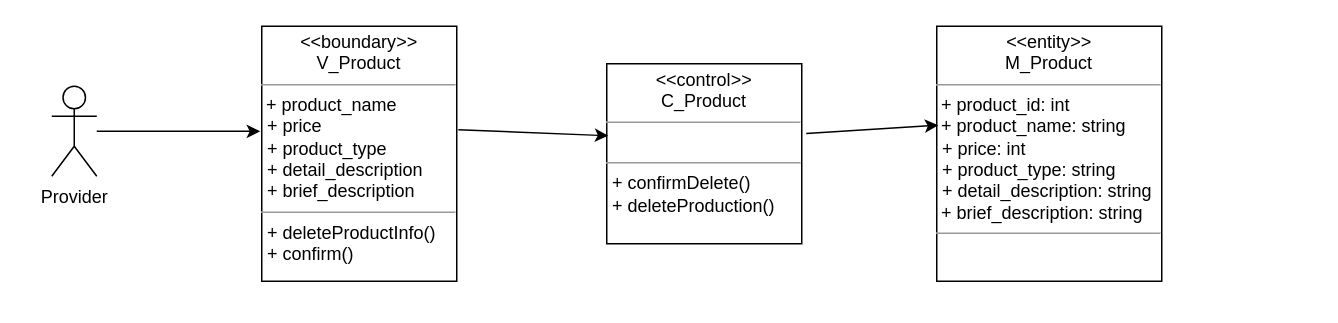
Earlier version of the draw.io diagram Lop_tham_gia_Usecase/XoaSanPhamClass.drawio (hoangminh15/PTTKHT). Source tidied: cells renumbered, new cells numbered last; positions are measured from the earlier drawing's top-left corner, leaving out a move shared by most shapes. Both pictures are drawn from the tidied source at 150%, with x=0, y=0 at pixel (51, 26).
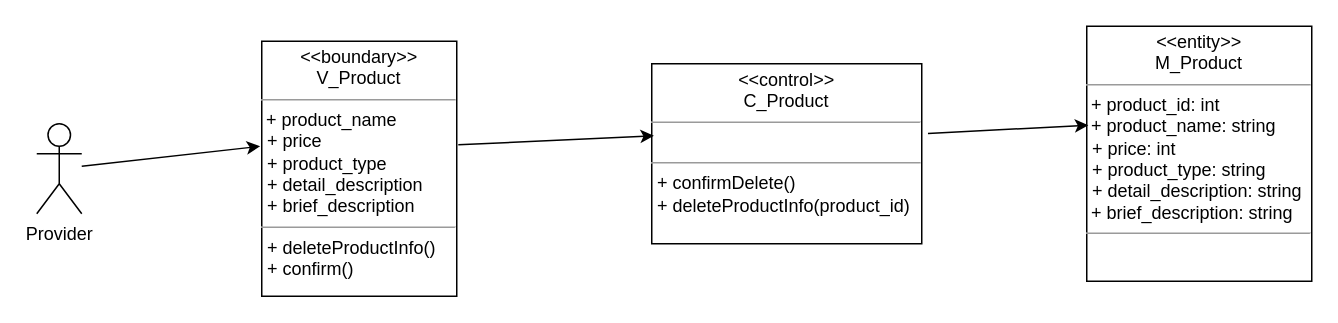
After the change.

What changed in the source:
```diff
@@
 <mxGraphModel>
   <root>
     <mxCell id="0" />
     <mxCell id="1" parent="0" />
     <mxCell id="2" value="Provider" style="shape=umlActor;verticalLabelPosition=bottom;verticalAlign=top;html=1;" parent="1" vertex="1">
-      <mxGeometry y="40" width="30" height="60" as="geometry" />
+      <mxGeometry x="-10" y="65" width="30" height="60" as="geometry" />
     </mxCell>
     <mxCell id="3" value="&lt;p style=&quot;margin: 0px ; margin-top: 4px ; text-align: center&quot;&gt;&lt;i&gt;&amp;lt;&lt;/i&gt;&amp;lt;boundary&lt;i&gt;&amp;gt;&amp;gt;&lt;/i&gt;&lt;br&gt;V_Product&lt;/p&gt;&lt;hr size=&quot;1&quot;&gt;&amp;nbsp;+ product_name&lt;br&gt;&lt;p style=&quot;margin: 0px ; margin-left: 4px&quot;&gt;+ price&lt;br&gt;&lt;/p&gt;&lt;p style=&quot;margin: 0px ; margin-left: 4px&quot;&gt;+ product_type&lt;br&gt;&lt;/p&gt;&lt;p style=&quot;margin: 0px ; margin-left: 4px&quot;&gt;+ detail_description&lt;br&gt;&lt;/p&gt;&lt;p style=&quot;margin: 0px ; margin-left: 4px&quot;&gt;+ brief_description&lt;br&gt;&lt;/p&gt;&lt;hr size=&quot;1&quot;&gt;&lt;p style=&quot;margin: 0px ; margin-left: 4px&quot;&gt;+ deleteProductInfo()&lt;br&gt;&lt;/p&gt;&lt;p style=&quot;margin: 0px ; margin-left: 4px&quot;&gt;+ confirm()&lt;/p&gt;" style="verticalAlign=top;align=left;overflow=fill;fontSize=12;fontFamily=Helvetica;html=1;" parent="1" vertex="1">
-      <mxGeometry x="140" width="130" height="170" as="geometry" />
+      <mxGeometry x="140" y="10" width="130" height="170" as="geometry" />
     </mxCell>
-    <mxCell id="4" value="&lt;p style=&quot;margin: 0px ; margin-top: 4px ; text-align: center&quot;&gt;&lt;i&gt;&amp;lt;&lt;/i&gt;&amp;lt;control&lt;i&gt;&amp;gt;&amp;gt;&lt;/i&gt;&lt;br&gt;C_Product&lt;/p&gt;&lt;hr size=&quot;1&quot;&gt;&lt;br&gt;&lt;hr size=&quot;1&quot;&gt;&lt;p style=&quot;margin: 0px ; margin-left: 4px&quot;&gt;+ confirmDelete()&lt;/p&gt;&lt;p style=&quot;margin: 0px ; margin-left: 4px&quot;&gt;+ deleteProduction()&lt;br&gt;&lt;br&gt;&lt;/p&gt;" style="verticalAlign=top;align=left;overflow=fill;fontSize=12;fontFamily=Helvetica;html=1;" parent="1" vertex="1">
-      <mxGeometry x="370" y="25" width="130" height="120" as="geometry" />
+    <mxCell id="4" value="&lt;p style=&quot;margin: 0px ; margin-top: 4px ; text-align: center&quot;&gt;&lt;i&gt;&amp;lt;&lt;/i&gt;&amp;lt;control&lt;i&gt;&amp;gt;&amp;gt;&lt;/i&gt;&lt;br&gt;C_Product&lt;/p&gt;&lt;hr size=&quot;1&quot;&gt;&lt;br&gt;&lt;hr size=&quot;1&quot;&gt;&lt;p style=&quot;margin: 0px ; margin-left: 4px&quot;&gt;+ confirmDelete()&lt;/p&gt;&lt;p style=&quot;margin: 0px ; margin-left: 4px&quot;&gt;+ deleteProductInfo(product_id)&lt;br&gt;&lt;br&gt;&lt;/p&gt;" style="verticalAlign=top;align=left;overflow=fill;fontSize=12;fontFamily=Helvetica;html=1;" parent="1" vertex="1">
+      <mxGeometry x="400" y="25" width="180" height="120" as="geometry" />
     </mxCell>
     <mxCell id="5" style="endArrow=classic;html=1;exitX=1.008;exitY=0.406;exitDx=0;exitDy=0;exitPerimeter=0;entryX=0.008;entryY=0.4;entryDx=0;entryDy=0;entryPerimeter=0;" parent="1" edge="1" source="3" target="4">
       <mxGeometry relative="1" as="geometry" />
     </mxCell>
     <mxCell id="6" style="endArrow=classic;html=1;entryX=-0.008;entryY=0.412;entryDx=0;entryDy=0;entryPerimeter=0;" parent="1" edge="1" source="2" target="3">
       <mxGeometry relative="1" as="geometry" />
     </mxCell>
     <mxCell id="7" value="&lt;p style=&quot;margin: 0px ; margin-top: 4px ; text-align: center&quot;&gt;&lt;i&gt;&amp;lt;&lt;/i&gt;&amp;lt;entity&lt;i&gt;&amp;gt;&amp;gt;&lt;/i&gt;&lt;br&gt;M_Product&lt;/p&gt;&lt;hr size=&quot;1&quot;&gt;&lt;div&gt;&amp;nbsp;+ product_id: int&lt;br&gt;&lt;/div&gt;&lt;div&gt;&amp;nbsp;+ product_name: string&lt;br&gt;&lt;/div&gt;&lt;p style=&quot;margin: 0px ; margin-left: 4px&quot;&gt;+ price: int&lt;br&gt;&lt;/p&gt;&lt;p style=&quot;margin: 0px ; margin-left: 4px&quot;&gt;+ product_type: string&lt;br&gt;&lt;/p&gt;&lt;p style=&quot;margin: 0px ; margin-left: 4px&quot;&gt;+ detail_description: string&lt;br&gt;&lt;/p&gt;&amp;nbsp;+ brief_description: string&lt;br&gt;&lt;hr size=&quot;1&quot;&gt;&lt;p style=&quot;margin: 0px ; margin-left: 4px&quot;&gt;&lt;br&gt;&lt;br&gt;&lt;/p&gt;" style="verticalAlign=top;align=left;overflow=fill;fontSize=12;fontFamily=Helvetica;html=1;" parent="1" vertex="1">
-      <mxGeometry x="590" width="150" height="170" as="geometry" />
+      <mxGeometry x="690" width="150" height="170" as="geometry" />
     </mxCell>
     <mxCell id="8" style="endArrow=classic;html=1;exitX=1.023;exitY=0.388;exitDx=0;exitDy=0;exitPerimeter=0;entryX=0.007;entryY=0.388;entryDx=0;entryDy=0;entryPerimeter=0;" parent="1" edge="1" source="4" target="7">
       <mxGeometry relative="1" as="geometry" />
     </mxCell>
   </root>
 </mxGraphModel>
```
